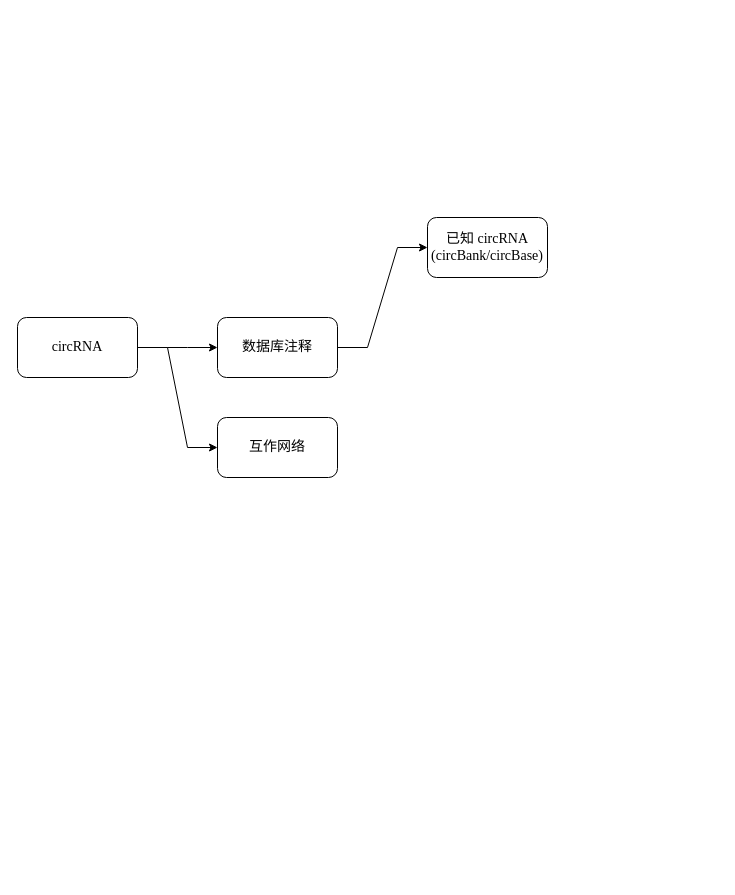
gnilihzeux/Bioinformatics_Pipeline keeps this draw.io diagram as page "circRNA" (4 of 5) of RNA-seq常规分析流程.drawio. Above is the earlier version. Source tidied: cells renumbered, new cells numbered last; positions are measured from the earlier drawing's top-left corner, leaving out a move shared by most shapes. Both pictures are drawn from the tidied source at 100%, with x=0, y=0 at pixel (17, 217).
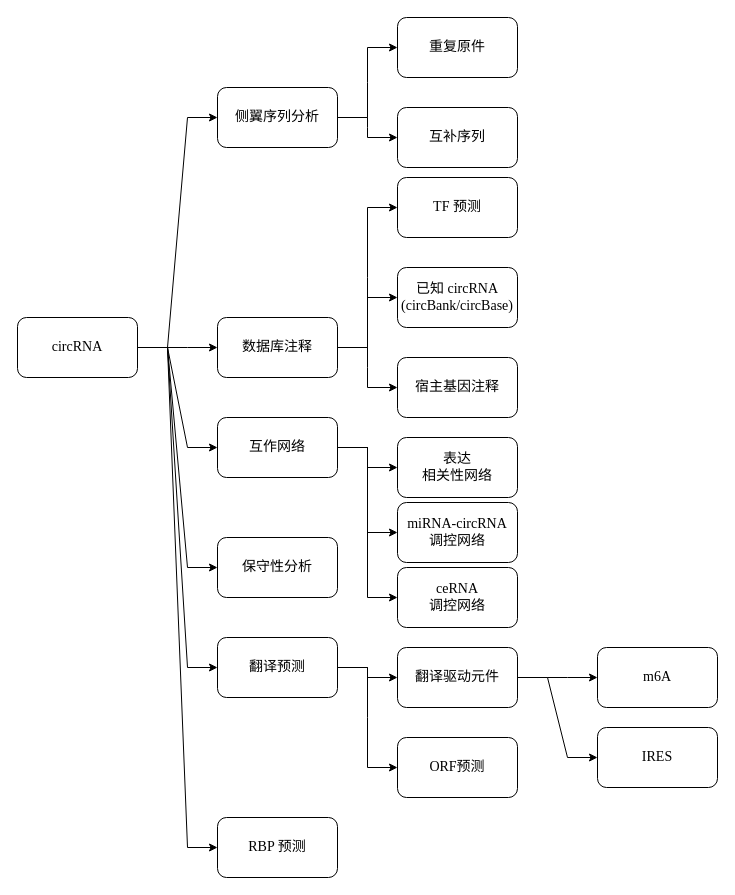
After the change.

The change refers to these unchanged cells:
```xml
<mxCell id="4" value="circRNA" style="rounded=1;whiteSpace=wrap;html=1;fontFamily=Times New Roman;fontSize=14;fontColor=default;" parent="1" vertex="1">
  <mxGeometry y="100" width="120" height="60" as="geometry" />
</mxCell>
<mxCell id="6" value="数据库注释" style="whiteSpace=wrap;html=1;fontSize=14;fontFamily=Times New Roman;rounded=1;" parent="1" vertex="1">
  <mxGeometry x="200" y="100" width="120" height="60" as="geometry" />
</mxCell>
```

What changed in the source:
```diff
@@
+    <mxCell id="9" style="edgeStyle=entityRelationEdgeStyle;shape=connector;rounded=0;jumpStyle=none;jumpSize=6;jettySize=auto;html=1;labelBackgroundColor=default;fontFamily=Times New Roman;fontSize=14;fontColor=default;endArrow=classic;endSize=6;targetPerimeterSpacing=0;strokeColor=default;" parent="1" edge="1" source="4" target="15">
+      <mxGeometry relative="1" as="geometry" />
+    </mxCell>
+    <mxCell id="10" style="edgeStyle=entityRelationEdgeStyle;shape=connector;rounded=0;jumpStyle=none;jumpSize=6;jettySize=auto;html=1;labelBackgroundColor=default;fontFamily=Times New Roman;fontSize=14;fontColor=default;endArrow=classic;endSize=6;targetPerimeterSpacing=0;strokeColor=default;" parent="1" edge="1" source="4" target="23">
+      <mxGeometry relative="1" as="geometry" />
+    </mxCell>
+    <mxCell id="11" style="edgeStyle=entityRelationEdgeStyle;shape=connector;rounded=0;jumpStyle=none;jumpSize=6;jettySize=auto;html=1;labelBackgroundColor=default;fontFamily=Times New Roman;fontSize=14;fontColor=default;endArrow=classic;endSize=6;targetPerimeterSpacing=0;strokeColor=default;" parent="1" edge="1" source="4" target="32">
+      <mxGeometry relative="1" as="geometry" />
+    </mxCell>
+    <mxCell id="12" style="edgeStyle=entityRelationEdgeStyle;shape=connector;rounded=0;jumpStyle=none;jumpSize=6;jettySize=auto;html=1;labelBackgroundColor=default;fontFamily=Times New Roman;fontSize=14;fontColor=default;endArrow=classic;endSize=6;targetPerimeterSpacing=0;strokeColor=default;" parent="1" edge="1" source="4" target="35">
+      <mxGeometry relative="1" as="geometry" />
+    </mxCell>
@@
+    <mxCell id="13" style="edgeStyle=entityRelationEdgeStyle;shape=connector;rounded=0;jumpStyle=none;jumpSize=6;jettySize=auto;html=1;labelBackgroundColor=default;fontFamily=Times New Roman;fontSize=14;fontColor=default;endArrow=classic;endSize=6;targetPerimeterSpacing=0;strokeColor=default;" parent="1" edge="1" source="6" target="16">
+      <mxGeometry relative="1" as="geometry" />
+    </mxCell>
+    <mxCell id="14" style="edgeStyle=entityRelationEdgeStyle;shape=connector;rounded=0;jumpStyle=none;jumpSize=6;jettySize=auto;html=1;labelBackgroundColor=default;fontFamily=Times New Roman;fontSize=14;fontColor=default;endArrow=classic;endSize=6;targetPerimeterSpacing=0;strokeColor=default;" parent="1" edge="1" source="6" target="36">
+      <mxGeometry relative="1" as="geometry" />
+    </mxCell>
@@
     <mxCell id="7" value="已知 circRNA&lt;br&gt;(circBank/circBase)" style="whiteSpace=wrap;html=1;fontSize=14;fontFamily=Times New Roman;rounded=1;" parent="1" vertex="1">
-      <mxGeometry x="410" width="120" height="60" as="geometry" />
+      <mxGeometry x="380" y="50" width="120" height="60" as="geometry" />
     </mxCell>
@@
+    <mxCell id="15" value="保守性分析" style="whiteSpace=wrap;html=1;fontSize=14;fontFamily=Times New Roman;rounded=1;" parent="1" vertex="1">
+      <mxGeometry x="200" y="320" width="120" height="60" as="geometry" />
+    </mxCell>
+    <mxCell id="16" value="宿主基因注释" style="whiteSpace=wrap;html=1;fontSize=14;fontFamily=Times New Roman;rounded=1;" parent="1" vertex="1">
+      <mxGeometry x="380" y="140" width="120" height="60" as="geometry" />
+    </mxCell>
+    <mxCell id="17" style="edgeStyle=entityRelationEdgeStyle;shape=connector;rounded=0;jumpStyle=none;jumpSize=6;jettySize=auto;html=1;labelBackgroundColor=default;fontFamily=Times New Roman;fontSize=14;fontColor=default;endArrow=classic;endSize=6;targetPerimeterSpacing=0;strokeColor=default;" parent="1" edge="1" target="20">
+      <mxGeometry relative="1" as="geometry">
+        <mxPoint x="320" y="230" as="sourcePoint" />
+      </mxGeometry>
+    </mxCell>
+    <mxCell id="18" style="edgeStyle=entityRelationEdgeStyle;shape=connector;rounded=0;jumpStyle=none;jumpSize=6;jettySize=auto;html=1;labelBackgroundColor=default;fontFamily=Times New Roman;fontSize=14;fontColor=default;endArrow=classic;endSize=6;targetPerimeterSpacing=0;strokeColor=default;" parent="1" edge="1" target="21">
+      <mxGeometry relative="1" as="geometry">
+        <mxPoint x="320" y="230" as="sourcePoint" />
+      </mxGeometry>
+    </mxCell>
+    <mxCell id="19" style="edgeStyle=entityRelationEdgeStyle;shape=connector;rounded=0;jumpStyle=none;jumpSize=6;jettySize=auto;html=1;labelBackgroundColor=default;fontFamily=Times New Roman;fontSize=14;fontColor=default;endArrow=classic;endSize=6;targetPerimeterSpacing=0;strokeColor=default;" parent="1" edge="1" target="22">
+      <mxGeometry relative="1" as="geometry">
+        <mxPoint x="320" y="230" as="sourcePoint" />
+      </mxGeometry>
+    </mxCell>
+    <mxCell id="20" value="表达&lt;br&gt;相关性网络" style="whiteSpace=wrap;html=1;fontSize=14;fontFamily=Times New Roman;rounded=1;" parent="1" vertex="1">
+      <mxGeometry x="380" y="220" width="120" height="60" as="geometry" />
+    </mxCell>
+    <mxCell id="21" value="miRNA-circRNA&lt;br&gt;调控网络" style="whiteSpace=wrap;html=1;fontSize=14;fontFamily=Times New Roman;rounded=1;" parent="1" vertex="1">
+      <mxGeometry x="380" y="285" width="120" height="60" as="geometry" />
+    </mxCell>
+    <mxCell id="22" value="ceRNA&lt;br&gt;调控网络" style="whiteSpace=wrap;html=1;fontSize=14;fontFamily=Times New Roman;rounded=1;" parent="1" vertex="1">
+      <mxGeometry x="380" y="350" width="120" height="60" as="geometry" />
+    </mxCell>
+    <mxCell id="23" value="翻译预测" style="whiteSpace=wrap;html=1;fontSize=14;fontFamily=Times New Roman;rounded=1;" parent="1" vertex="1">
+      <mxGeometry x="200" y="420" width="120" height="60" as="geometry" />
+    </mxCell>
+    <mxCell id="24" style="edgeStyle=entityRelationEdgeStyle;shape=connector;rounded=0;jumpStyle=none;jumpSize=6;jettySize=auto;html=1;labelBackgroundColor=default;fontFamily=Times New Roman;fontSize=14;fontColor=default;endArrow=classic;endSize=6;targetPerimeterSpacing=0;strokeColor=default;" parent="1" edge="1" target="28">
+      <mxGeometry relative="1" as="geometry">
+        <mxPoint x="320" y="450" as="sourcePoint" />
+      </mxGeometry>
+    </mxCell>
+    <mxCell id="25" style="edgeStyle=entityRelationEdgeStyle;shape=connector;rounded=0;jumpStyle=none;jumpSize=6;jettySize=auto;html=1;labelBackgroundColor=default;fontFamily=Times New Roman;fontSize=14;fontColor=default;endArrow=classic;endSize=6;targetPerimeterSpacing=0;strokeColor=default;" parent="1" edge="1" target="31">
+      <mxGeometry relative="1" as="geometry">
+        <mxPoint x="320" y="450" as="sourcePoint" />
+      </mxGeometry>
+    </mxCell>
+    <mxCell id="26" style="edgeStyle=entityRelationEdgeStyle;shape=connector;rounded=0;jumpStyle=none;jumpSize=6;jettySize=auto;html=1;labelBackgroundColor=default;fontFamily=Times New Roman;fontSize=14;fontColor=default;endArrow=classic;endSize=6;targetPerimeterSpacing=0;strokeColor=default;" parent="1" edge="1" source="28" target="29">
+      <mxGeometry relative="1" as="geometry" />
+    </mxCell>
+    <mxCell id="27" style="edgeStyle=entityRelationEdgeStyle;shape=connector;rounded=0;jumpStyle=none;jumpSize=6;jettySize=auto;html=1;labelBackgroundColor=default;fontFamily=Times New Roman;fontSize=14;fontColor=default;endArrow=classic;endSize=6;targetPerimeterSpacing=0;strokeColor=default;" parent="1" edge="1" source="28" target="30">
+      <mxGeometry relative="1" as="geometry" />
+    </mxCell>
+    <mxCell id="28" value="翻译驱动元件" style="whiteSpace=wrap;html=1;fontSize=14;fontFamily=Times New Roman;rounded=1;" parent="1" vertex="1">
+      <mxGeometry x="380" y="430" width="120" height="60" as="geometry" />
+    </mxCell>
+    <mxCell id="29" value="m6A" style="whiteSpace=wrap;html=1;fontSize=14;fontFamily=Times New Roman;rounded=1;" parent="1" vertex="1">
+      <mxGeometry x="580" y="430" width="120" height="60" as="geometry" />
+    </mxCell>
+    <mxCell id="30" value="IRES" style="whiteSpace=wrap;html=1;fontSize=14;fontFamily=Times New Roman;rounded=1;" parent="1" vertex="1">
+      <mxGeometry x="580" y="510" width="120" height="60" as="geometry" />
+    </mxCell>
+    <mxCell id="31" value="ORF预测" style="whiteSpace=wrap;html=1;fontSize=14;fontFamily=Times New Roman;rounded=1;" parent="1" vertex="1">
+      <mxGeometry x="380" y="520" width="120" height="60" as="geometry" />
+    </mxCell>
+    <mxCell id="32" value="RBP 预测" style="whiteSpace=wrap;html=1;fontSize=14;fontFamily=Times New Roman;rounded=1;" parent="1" vertex="1">
+      <mxGeometry x="200" y="600" width="120" height="60" as="geometry" />
+    </mxCell>
+    <mxCell id="33" style="edgeStyle=entityRelationEdgeStyle;shape=connector;rounded=0;jumpStyle=none;jumpSize=6;jettySize=auto;html=1;labelBackgroundColor=default;fontFamily=Times New Roman;fontSize=14;fontColor=default;endArrow=classic;endSize=6;targetPerimeterSpacing=0;strokeColor=default;" parent="1" edge="1" source="35" target="37">
+      <mxGeometry relative="1" as="geometry" />
+    </mxCell>
+    <mxCell id="34" style="edgeStyle=entityRelationEdgeStyle;shape=connector;rounded=0;jumpStyle=none;jumpSize=6;jettySize=auto;html=1;labelBackgroundColor=default;fontFamily=Times New Roman;fontSize=14;fontColor=default;endArrow=classic;endSize=6;targetPerimeterSpacing=0;strokeColor=default;" parent="1" edge="1" source="35" target="38">
+      <mxGeometry relative="1" as="geometry" />
+    </mxCell>
+    <mxCell id="35" value="侧翼序列分析" style="whiteSpace=wrap;html=1;fontSize=14;fontFamily=Times New Roman;rounded=1;" parent="1" vertex="1">
+      <mxGeometry x="200" y="-130" width="120" height="60" as="geometry" />
+    </mxCell>
+    <mxCell id="36" value="TF 预测" style="whiteSpace=wrap;html=1;fontSize=14;fontFamily=Times New Roman;rounded=1;" parent="1" vertex="1">
+      <mxGeometry x="380" y="-40" width="120" height="60" as="geometry" />
+    </mxCell>
+    <mxCell id="37" value="重复原件" style="whiteSpace=wrap;html=1;fontSize=14;fontFamily=Times New Roman;rounded=1;" parent="1" vertex="1">
+      <mxGeometry x="380" y="-200" width="120" height="60" as="geometry" />
+    </mxCell>
+    <mxCell id="38" value="互补序列" style="whiteSpace=wrap;html=1;fontSize=14;fontFamily=Times New Roman;rounded=1;" parent="1" vertex="1">
+      <mxGeometry x="380" y="-110" width="120" height="60" as="geometry" />
+    </mxCell>
```
